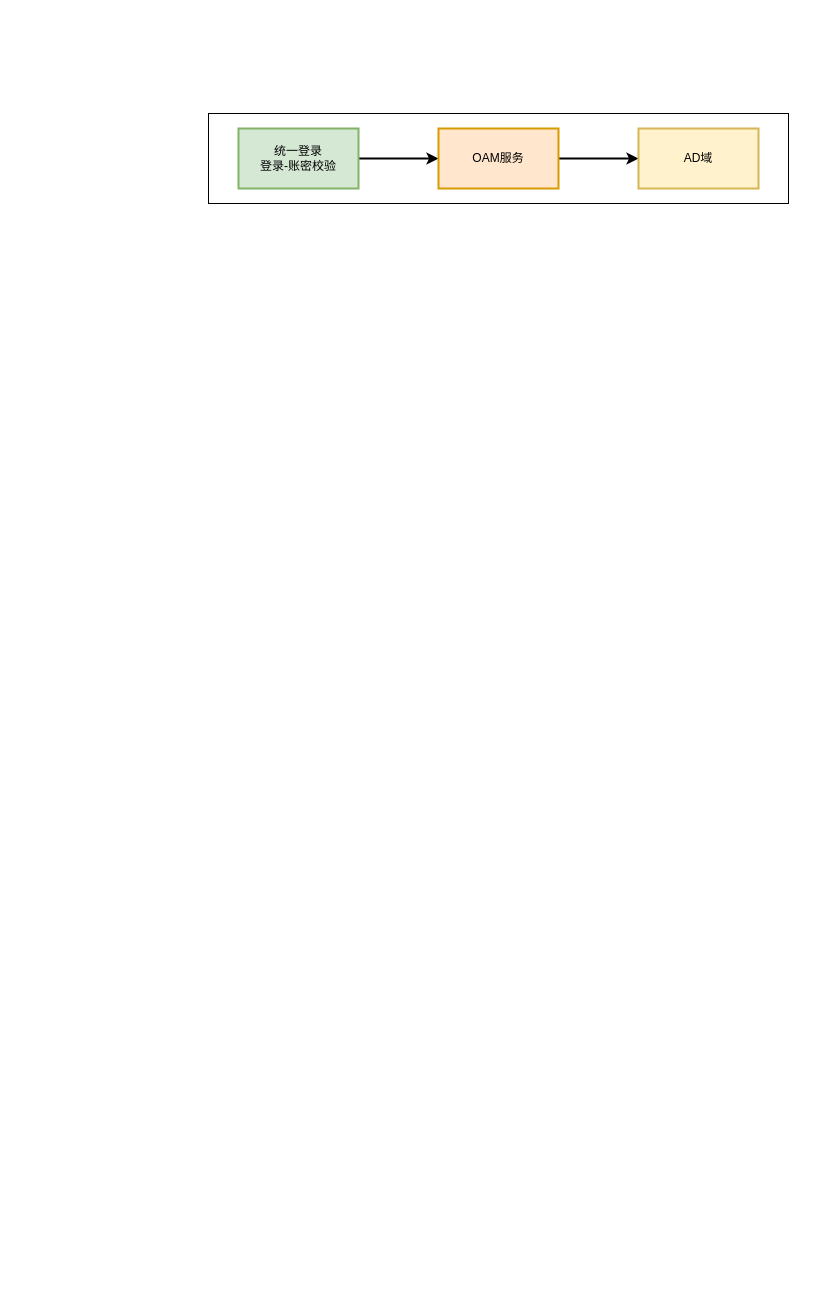
This is shinho/【0906】用户登录服务切换.drawio from 18857545022/-, a draw.io file, before an edit. Source tidied: cells renumbered, new cells numbered last; positions are measured from the earlier drawing's top-left corner, leaving out a move shared by most shapes. Both pictures are drawn from the tidied source at 100%, with x=0, y=0 at pixel (208, 113).
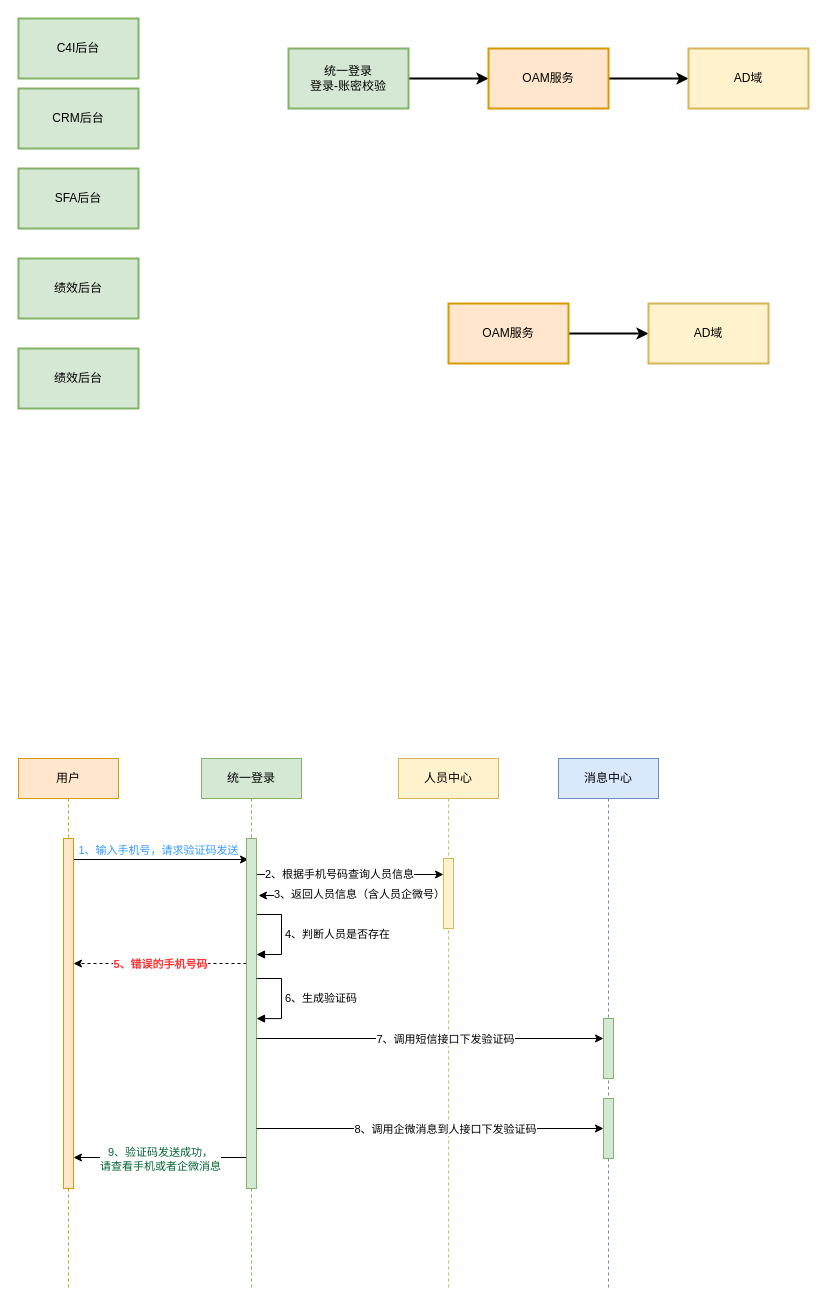
Above is the later version.

Commit message:
更新【0906】用户登录服务切换.drawio

What changed in the source:
```diff
@@
-    <mxCell id="2" style="group;" parent="1" vertex="1">
-      <mxGeometry x="30" y="15" width="550" height="75" as="geometry" />
-    </mxCell>
-    <mxCell id="3" style="rounded=0;whiteSpace=wrap;html=1;" parent="2" vertex="1">
-      <mxGeometry x="-30" y="-15" width="580" height="90" as="geometry" />
-    </mxCell>
+    <mxCell id="9" value="C4I后台" style="rounded=0;whiteSpace=wrap;html=1;fillColor=#d5e8d4;strokeColor=#82b366;strokeWidth=2;" parent="1" vertex="1">
+      <mxGeometry x="-190" y="-95" width="120" height="60" as="geometry" />
+    </mxCell>
+    <mxCell id="10" style="edgeStyle=orthogonalEdgeStyle;rounded=0;jettySize=auto;html=1;strokeWidth=2;" parent="1" edge="1" source="11" target="12">
+      <mxGeometry relative="1" as="geometry" />
+    </mxCell>
+    <mxCell id="11" value="OAM服务" style="whiteSpace=wrap;html=1;rounded=0;fillColor=#ffe6cc;strokeColor=#d79b00;strokeWidth=2;" parent="1" vertex="1">
+      <mxGeometry x="240" y="190" width="120" height="60" as="geometry" />
+    </mxCell>
+    <mxCell id="12" value="AD域" style="whiteSpace=wrap;html=1;rounded=0;fillColor=#fff2cc;strokeColor=#d6b656;strokeWidth=2;" parent="1" vertex="1">
+      <mxGeometry x="440" y="190" width="120" height="60" as="geometry" />
+    </mxCell>
+    <mxCell id="13" value="CRM后台" style="rounded=0;whiteSpace=wrap;html=1;fillColor=#d5e8d4;strokeColor=#82b366;strokeWidth=2;" parent="1" vertex="1">
+      <mxGeometry x="-190" y="-25" width="120" height="60" as="geometry" />
+    </mxCell>
+    <mxCell id="14" value="SFA后台" style="rounded=0;whiteSpace=wrap;html=1;fillColor=#d5e8d4;strokeColor=#82b366;strokeWidth=2;" parent="1" vertex="1">
+      <mxGeometry x="-190" y="55" width="120" height="60" as="geometry" />
+    </mxCell>
+    <mxCell id="15" value="绩效后台" style="rounded=0;whiteSpace=wrap;html=1;fillColor=#d5e8d4;strokeColor=#82b366;strokeWidth=2;" parent="1" vertex="1">
+      <mxGeometry x="-190" y="145" width="120" height="60" as="geometry" />
+    </mxCell>
-    <mxCell id="4" style="edgeStyle=orthogonalEdgeStyle;rounded=0;jettySize=auto;html=1;strokeWidth=2;" parent="2" edge="1" source="5" target="7">
+    <mxCell id="4" style="edgeStyle=orthogonalEdgeStyle;rounded=0;jettySize=auto;html=1;strokeWidth=2;" parent="1" edge="1" source="5" target="7">
       <mxGeometry relative="1" as="geometry" />
     </mxCell>
-    <mxCell id="5" value="统一登录&lt;br&gt;登录-账密校验" style="rounded=0;whiteSpace=wrap;html=1;fillColor=#d5e8d4;strokeColor=#82b366;strokeWidth=2;" parent="2" vertex="1">
-      <mxGeometry width="120" height="60" as="geometry" />
+    <mxCell id="5" value="统一登录&lt;br&gt;登录-账密校验" style="rounded=0;whiteSpace=wrap;html=1;fillColor=#d5e8d4;strokeColor=#82b366;strokeWidth=2;" parent="1" vertex="1">
+      <mxGeometry x="80" y="-65" width="120" height="60" as="geometry" />
     </mxCell>
-    <mxCell id="6" style="edgeStyle=orthogonalEdgeStyle;rounded=0;jettySize=auto;html=1;strokeWidth=2;" parent="2" edge="1" source="7" target="8">
+    <mxCell id="6" style="edgeStyle=orthogonalEdgeStyle;rounded=0;jettySize=auto;html=1;strokeWidth=2;" parent="1" edge="1" source="7" target="8">
       <mxGeometry relative="1" as="geometry" />
     </mxCell>
-    <mxCell id="7" value="OAM服务" style="whiteSpace=wrap;html=1;rounded=0;fillColor=#ffe6cc;strokeColor=#d79b00;strokeWidth=2;" parent="2" vertex="1">
-      <mxGeometry x="200" width="120" height="60" as="geometry" />
+    <mxCell id="7" value="OAM服务" style="whiteSpace=wrap;html=1;rounded=0;fillColor=#ffe6cc;strokeColor=#d79b00;strokeWidth=2;" parent="1" vertex="1">
+      <mxGeometry x="280" y="-65" width="120" height="60" as="geometry" />
     </mxCell>
-    <mxCell id="8" value="AD域" style="whiteSpace=wrap;html=1;rounded=0;fillColor=#fff2cc;strokeColor=#d6b656;strokeWidth=2;" parent="2" vertex="1">
-      <mxGeometry x="400" width="120" height="60" as="geometry" />
+    <mxCell id="8" value="AD域" style="whiteSpace=wrap;html=1;rounded=0;fillColor=#fff2cc;strokeColor=#d6b656;strokeWidth=2;" parent="1" vertex="1">
+      <mxGeometry x="480" y="-65" width="120" height="60" as="geometry" />
     </mxCell>
+    <mxCell id="16" value="绩效后台" style="rounded=0;whiteSpace=wrap;html=1;fillColor=#d5e8d4;strokeColor=#82b366;strokeWidth=2;" parent="1" vertex="1">
+      <mxGeometry x="-190" y="235" width="120" height="60" as="geometry" />
+    </mxCell>
+    <mxCell id="17" style="edgeStyle=orthogonalEdgeStyle;rounded=0;orthogonalLoop=1;jettySize=auto;html=1;curved=0;" parent="1" edge="1">
+      <mxGeometry relative="1" as="geometry">
+        <mxPoint x="-135" y="746" as="sourcePoint" />
+        <mxPoint x="40" y="746" as="targetPoint" />
+      </mxGeometry>
+    </mxCell>
+    <mxCell id="18" value="&lt;font color=&quot;#3399ff&quot;&gt;1、输入手机号，请求验证码发送&lt;/font&gt;" style="edgeLabel;html=1;align=center;verticalAlign=middle;" parent="17" vertex="1">
+      <mxGeometry x="-0.23" y="-2" relative="1" as="geometry">
+        <mxPoint x="17" y="-12" as="offset" />
+      </mxGeometry>
+    </mxCell>
+    <mxCell id="19" value="4、判断人员是否存在" style="html=1;align=left;spacingLeft=2;endArrow=block;rounded=0;edgeStyle=orthogonalEdgeStyle;curved=0;rounded=0;" parent="1" edge="1">
+      <mxGeometry x="-0.01" relative="1" as="geometry">
+        <mxPoint x="48" y="801" as="sourcePoint" />
+        <mxPoint x="48" y="841" as="targetPoint" />
+        <Array as="points">
+          <mxPoint x="73" y="801" />
+          <mxPoint x="73" y="841" />
+        </Array>
+      </mxGeometry>
+    </mxCell>
+    <mxCell id="20" value="用户" style="shape=umlLifeline;perimeter=lifelinePerimeter;whiteSpace=wrap;html=1;newEdgeStyle={&quot;curved&quot;:0,&quot;rounded&quot;:0};fillColor=#ffe6cc;strokeColor=#d79b00;" parent="1" vertex="1">
+      <mxGeometry x="-190" y="645" width="100" height="530" as="geometry" />
+    </mxCell>
+    <mxCell id="21" value="消息中心" style="shape=umlLifeline;perimeter=lifelinePerimeter;whiteSpace=wrap;html=1;newEdgeStyle={&quot;curved&quot;:0,&quot;rounded&quot;:0};fillColor=#dae8fc;strokeColor=#6c8ebf;" parent="1" vertex="1">
+      <mxGeometry x="350" y="645" width="100" height="530" as="geometry" />
+    </mxCell>
+    <mxCell id="22" value="人员中心" style="shape=umlLifeline;perimeter=lifelinePerimeter;whiteSpace=wrap;html=1;newEdgeStyle={&quot;curved&quot;:0,&quot;rounded&quot;:0};fillColor=#fff2cc;strokeColor=#d6b656;" parent="1" vertex="1">
+      <mxGeometry x="190" y="645" width="100" height="530" as="geometry" />
+    </mxCell>
+    <mxCell id="23" value="统一登录" style="shape=umlLifeline;perimeter=lifelinePerimeter;whiteSpace=wrap;html=1;newEdgeStyle={&quot;curved&quot;:0,&quot;rounded&quot;:0};fillColor=#d5e8d4;strokeColor=#82b366;" parent="1" vertex="1">
+      <mxGeometry x="-7" y="645" width="100" height="530" as="geometry" />
+    </mxCell>
+    <mxCell id="24" style="edgeStyle=orthogonalEdgeStyle;rounded=0;orthogonalLoop=1;jettySize=auto;html=1;curved=0;" parent="1" edge="1">
+      <mxGeometry relative="1" as="geometry">
+        <mxPoint x="48" y="761" as="sourcePoint" />
+        <mxPoint x="235" y="761" as="targetPoint" />
+        <Array as="points">
+          <mxPoint x="100" y="761" />
+          <mxPoint x="100" y="761" />
+        </Array>
+      </mxGeometry>
+    </mxCell>
+    <mxCell id="25" value="2、根据手机号码查询人员信息" style="edgeLabel;html=1;align=center;verticalAlign=middle;" parent="24" vertex="1">
+      <mxGeometry x="-0.24" relative="1" as="geometry">
+        <mxPoint x="11" y="-1" as="offset" />
+      </mxGeometry>
+    </mxCell>
+    <mxCell id="26" style="edgeStyle=orthogonalEdgeStyle;rounded=0;orthogonalLoop=1;jettySize=auto;html=1;curved=0;dashed=1;" parent="1" edge="1">
+      <mxGeometry relative="1" as="geometry">
+        <mxPoint x="38" y="850" as="sourcePoint" />
+        <mxPoint x="-135" y="850" as="targetPoint" />
+        <Array as="points">
+          <mxPoint y="850" />
+          <mxPoint y="850" />
+        </Array>
+      </mxGeometry>
+    </mxCell>
+    <mxCell id="27" value="&lt;font color=&quot;#ff3333&quot;&gt;5、错误的手机号码&lt;/font&gt;" style="edgeLabel;html=1;align=center;verticalAlign=middle;fontStyle=1;" parent="26" vertex="1">
+      <mxGeometry x="0.3" relative="1" as="geometry">
+        <mxPoint x="25" as="offset" />
+      </mxGeometry>
+    </mxCell>
+    <mxCell id="28" style="edgeStyle=orthogonalEdgeStyle;rounded=0;orthogonalLoop=1;jettySize=auto;html=1;curved=0;" parent="1" edge="1">
+      <mxGeometry relative="1" as="geometry">
+        <mxPoint x="38" y="1044" as="sourcePoint" />
+        <mxPoint x="-135" y="1044" as="targetPoint" />
+      </mxGeometry>
+    </mxCell>
+    <mxCell id="29" value="&lt;font color=&quot;#006633&quot;&gt;9、验证码发送成功，&lt;br&gt;请查看手机或者企微消息&lt;/font&gt;" style="edgeLabel;html=1;align=center;verticalAlign=middle;" parent="28" vertex="1">
+      <mxGeometry x="0.46" y="-2" relative="1" as="geometry">
+        <mxPoint x="39" y="3" as="offset" />
+      </mxGeometry>
+    </mxCell>
+    <mxCell id="30" style="html=1;perimeter=orthogonalPerimeter;targetShapes=umlLifeline;newEdgeStyle={&quot;curved&quot;:0,&quot;rounded&quot;:0};fillColor=#d5e8d4;strokeColor=#82b366;" parent="1" vertex="1">
+      <mxGeometry x="38" y="725" width="10" height="350" as="geometry" />
+    </mxCell>
+    <mxCell id="31" style="edgeStyle=orthogonalEdgeStyle;rounded=0;orthogonalLoop=1;jettySize=auto;html=1;curved=0;" parent="1" edge="1">
+      <mxGeometry relative="1" as="geometry">
+        <mxPoint x="235" y="782" as="sourcePoint" />
+        <mxPoint x="50" y="782" as="targetPoint" />
+      </mxGeometry>
+    </mxCell>
+    <mxCell id="32" value="3、返回人员信息（含人员企微号）" style="edgeLabel;html=1;align=center;verticalAlign=middle;" parent="31" vertex="1">
+      <mxGeometry x="0.57" y="1" relative="1" as="geometry">
+        <mxPoint x="60" y="-3" as="offset" />
+      </mxGeometry>
+    </mxCell>
+    <mxCell id="33" style="html=1;perimeter=orthogonalPerimeter;targetShapes=umlLifeline;newEdgeStyle={&quot;curved&quot;:0,&quot;rounded&quot;:0};fillColor=#fff2cc;strokeColor=#d6b656;" parent="1" vertex="1">
+      <mxGeometry x="235" y="745" width="10" height="70" as="geometry" />
+    </mxCell>
+    <mxCell id="34" style="html=1;perimeter=orthogonalPerimeter;targetShapes=umlLifeline;newEdgeStyle={&quot;curved&quot;:0,&quot;rounded&quot;:0};fillColor=#ffe6cc;strokeColor=#d79b00;" parent="1" vertex="1">
+      <mxGeometry x="-145" y="725" width="10" height="350" as="geometry" />
+    </mxCell>
+    <mxCell id="35" value="6、生成验证码" style="html=1;align=left;spacingLeft=2;endArrow=block;rounded=0;edgeStyle=orthogonalEdgeStyle;curved=0;rounded=0;" parent="1" edge="1">
+      <mxGeometry x="-0.01" relative="1" as="geometry">
+        <mxPoint x="48" y="865" as="sourcePoint" />
+        <mxPoint x="48" y="905.1" as="targetPoint" />
+        <Array as="points">
+          <mxPoint x="73" y="865" />
+          <mxPoint x="73" y="905" />
+        </Array>
+      </mxGeometry>
+    </mxCell>
+    <mxCell id="36" style="html=1;perimeter=orthogonalPerimeter;targetShapes=umlLifeline;newEdgeStyle={&quot;curved&quot;:0,&quot;rounded&quot;:0};fillColor=#d5e8d4;strokeColor=#82b366;" parent="1" vertex="1">
+      <mxGeometry x="395" y="905" width="10" height="60" as="geometry" />
+    </mxCell>
+    <mxCell id="37" style="edgeStyle=orthogonalEdgeStyle;rounded=0;orthogonalLoop=1;jettySize=auto;html=1;curved=0;" parent="1" edge="1">
+      <mxGeometry relative="1" as="geometry">
+        <mxPoint x="48" y="1015" as="sourcePoint" />
+        <mxPoint x="395" y="1015" as="targetPoint" />
+      </mxGeometry>
+    </mxCell>
+    <mxCell id="38" value="8、调用企微消息到人接口下发验证码" style="edgeLabel;html=1;align=center;verticalAlign=middle;" parent="37" vertex="1">
+      <mxGeometry x="-0.03" y="-1" relative="1" as="geometry">
+        <mxPoint x="20" y="-1" as="offset" />
+      </mxGeometry>
+    </mxCell>
+    <mxCell id="39" style="html=1;perimeter=orthogonalPerimeter;targetShapes=umlLifeline;newEdgeStyle={&quot;curved&quot;:0,&quot;rounded&quot;:0};fillColor=#d5e8d4;strokeColor=#82b366;" parent="1" vertex="1">
+      <mxGeometry x="395" y="985" width="10" height="60" as="geometry" />
+    </mxCell>
+    <mxCell id="40" style="edgeStyle=orthogonalEdgeStyle;rounded=0;orthogonalLoop=1;jettySize=auto;html=1;curved=0;" parent="1" edge="1">
+      <mxGeometry relative="1" as="geometry">
+        <mxPoint x="48" y="925" as="sourcePoint" />
+        <mxPoint x="395" y="925" as="targetPoint" />
+      </mxGeometry>
+    </mxCell>
+    <mxCell id="41" value="7、调用短信接口下发验证码" style="edgeLabel;html=1;align=center;verticalAlign=middle;" parent="40" vertex="1">
+      <mxGeometry x="-0.03" y="-1" relative="1" as="geometry">
+        <mxPoint x="20" y="-1" as="offset" />
+      </mxGeometry>
+    </mxCell>
```
